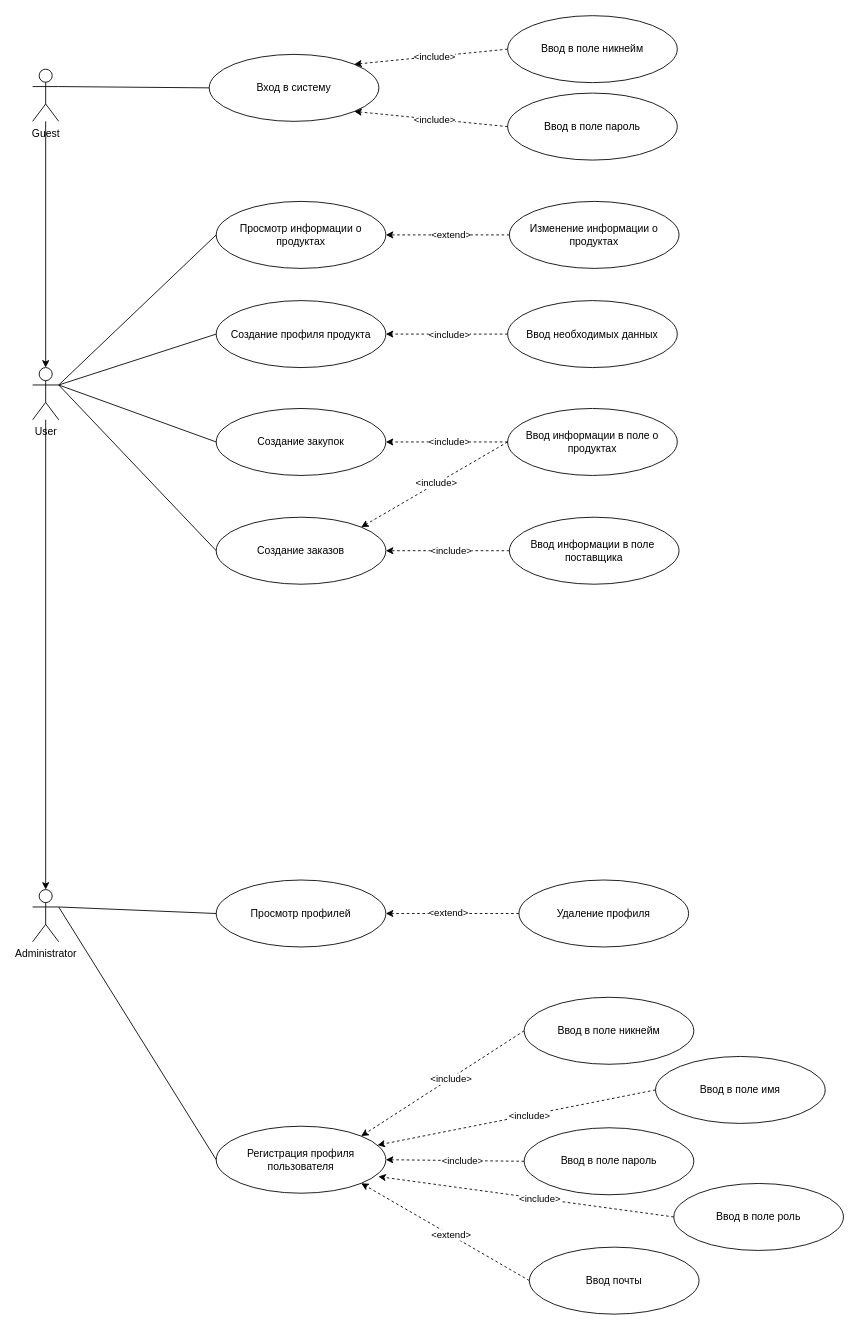
Twinsiller/Unik keeps this draw.io diagram as S3/ПКИС/Курсовая/Диаграммы/Use_case.drawio. Above is the earlier version. Source tidied: cells renumbered, new cells numbered last; positions are measured from the earlier drawing's top-left corner, leaving out a move shared by most shapes. Both pictures are drawn from the tidied source at 87%, with x=0, y=0 at pixel (32, 16).
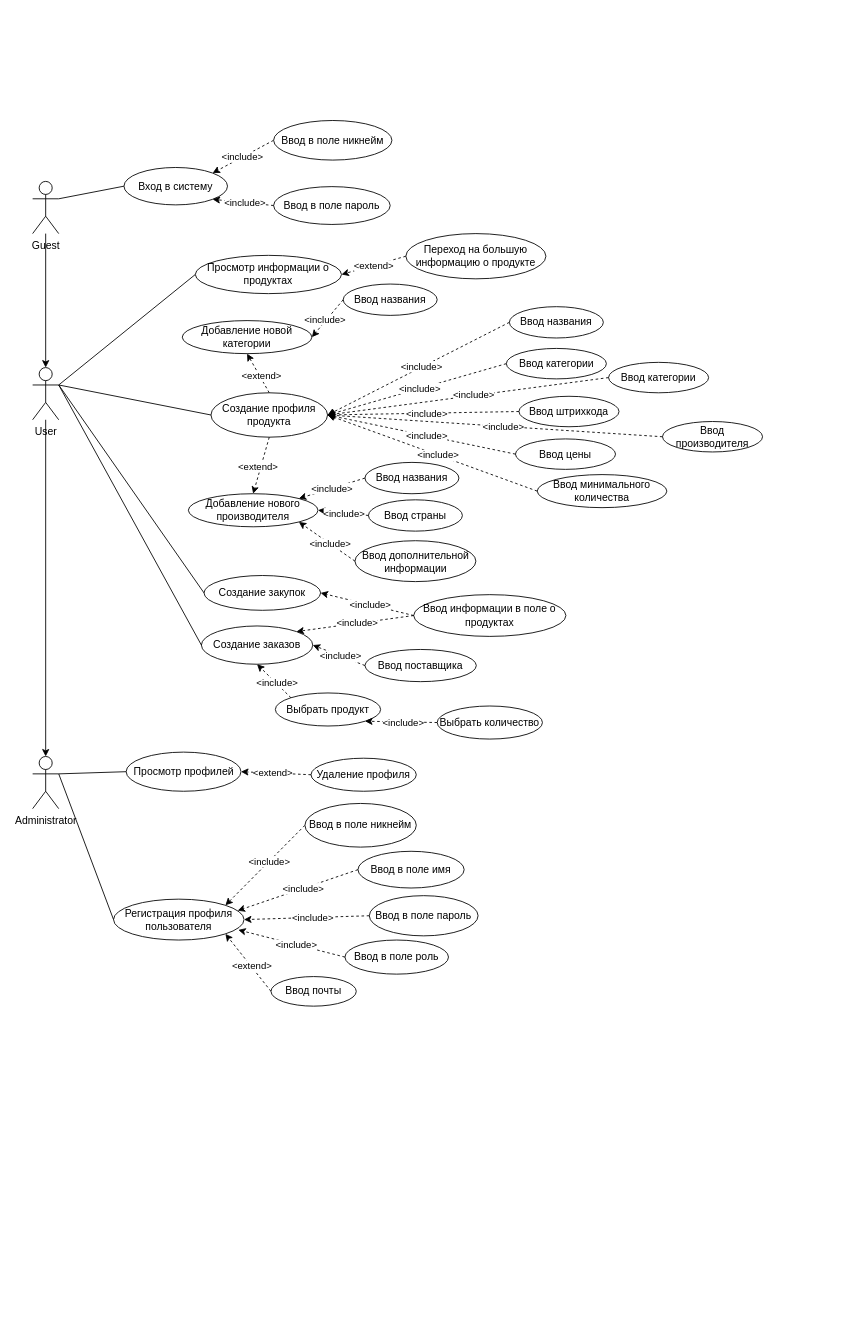
The same page after the edit.

What changed in the source:
```diff
@@
     <mxCell id="3" value="Guest" style="shape=umlActor;verticalLabelPosition=bottom;verticalAlign=top;html=1;outlineConnect=0;" parent="1" vertex="1">
-      <mxGeometry y="61" width="30" height="60" as="geometry" />
+      <mxGeometry y="190" width="30" height="60" as="geometry" />
     </mxCell>
     <mxCell id="4" value="Administrator" style="shape=umlActor;verticalLabelPosition=bottom;verticalAlign=top;html=1;outlineConnect=0;" parent="1" vertex="1">
-      <mxGeometry y="1004" width="30" height="60" as="geometry" />
+      <mxGeometry y="851" width="30" height="60" as="geometry" />
     </mxCell>
@@
     <mxCell id="10" value="Удаление профиля" style="ellipse;whiteSpace=wrap;html=1;" parent="1" vertex="1">
-      <mxGeometry x="559" y="993" width="195" height="77" as="geometry" />
+      <mxGeometry x="320" y="853" width="121" height="38" as="geometry" />
     </mxCell>
     <mxCell id="11" value="Просмотр профилей" style="ellipse;whiteSpace=wrap;html=1;" parent="1" vertex="1">
-      <mxGeometry x="211" y="993" width="195" height="77" as="geometry" />
+      <mxGeometry x="107.5" y="846" width="132" height="45" as="geometry" />
     </mxCell>
     <mxCell id="12" value="Вход в систему" style="ellipse;whiteSpace=wrap;html=1;" parent="1" vertex="1">
-      <mxGeometry x="203" y="44" width="195" height="77" as="geometry" />
+      <mxGeometry x="105" y="174" width="119" height="43" as="geometry" />
     </mxCell>
@@
     <mxCell id="14" value="Ввод информации&amp;nbsp;в поле&amp;nbsp;о продуктах" style="ellipse;whiteSpace=wrap;html=1;" parent="1" vertex="1">
-      <mxGeometry x="546" y="451" width="195" height="77" as="geometry" />
+      <mxGeometry x="438" y="665" width="175" height="48" as="geometry" />
     </mxCell>
-    <mxCell id="15" value="Изменение информации о продуктах" style="ellipse;whiteSpace=wrap;html=1;" parent="1" vertex="1">
-      <mxGeometry x="548" y="213" width="195" height="77" as="geometry" />
+    <mxCell id="15" value="Переход на большую информацию о продукте" style="ellipse;whiteSpace=wrap;html=1;" parent="1" vertex="1">
+      <mxGeometry x="429" y="250" width="161" height="52" as="geometry" />
     </mxCell>
-    <mxCell id="16" value="Ввод необходимых данных" style="ellipse;whiteSpace=wrap;html=1;" parent="1" vertex="1">
-      <mxGeometry x="546" y="327" width="195" height="77" as="geometry" />
+    <mxCell id="16" value="Ввод названия" style="ellipse;whiteSpace=wrap;html=1;" parent="1" vertex="1">
+      <mxGeometry x="548" y="334" width="108" height="36" as="geometry" />
     </mxCell>
     <mxCell id="17" value="Создание заказов" style="ellipse;whiteSpace=wrap;html=1;" parent="1" vertex="1">
-      <mxGeometry x="211" y="576" width="195" height="77" as="geometry" />
+      <mxGeometry x="194" y="701" width="128" height="44" as="geometry" />
     </mxCell>
     <mxCell id="18" value="Создание закупок" style="ellipse;whiteSpace=wrap;html=1;" parent="1" vertex="1">
-      <mxGeometry x="211" y="451" width="195" height="77" as="geometry" />
+      <mxGeometry x="197" y="643" width="134" height="40" as="geometry" />
     </mxCell>
     <mxCell id="19" value="Просмотр информации о продуктах" style="ellipse;whiteSpace=wrap;html=1;" parent="1" vertex="1">
-      <mxGeometry x="211" y="213" width="195" height="77" as="geometry" />
+      <mxGeometry x="187" y="275" width="168" height="44" as="geometry" />
     </mxCell>
@@
     <mxCell id="22" value="Ввод в поле никнейм" style="ellipse;whiteSpace=wrap;html=1;" parent="1" vertex="1">
-      <mxGeometry x="546" y="-0.5" width="195" height="77" as="geometry" />
+      <mxGeometry x="277" y="120" width="136" height="45.5" as="geometry" />
     </mxCell>
@@
     <mxCell id="25" value="Создание профиля продукта" style="ellipse;whiteSpace=wrap;html=1;" parent="1" vertex="1">
-      <mxGeometry x="211" y="327" width="195" height="77" as="geometry" />
+      <mxGeometry x="205" y="433" width="134" height="51" as="geometry" />
     </mxCell>
@@
-    <mxCell id="36" value="Ввод информации в поле&amp;nbsp; поставщика" style="ellipse;whiteSpace=wrap;html=1;" parent="1" vertex="1">
-      <mxGeometry x="548" y="576" width="195" height="77" as="geometry" />
+    <mxCell id="36" value="Ввод поставщика" style="ellipse;whiteSpace=wrap;html=1;" parent="1" vertex="1">
+      <mxGeometry x="382" y="728" width="128" height="37" as="geometry" />
     </mxCell>
@@
     <mxCell id="39" value="Регистрация профиля пользователя" style="ellipse;whiteSpace=wrap;html=1;" parent="1" vertex="1">
-      <mxGeometry x="211" y="1276" width="195" height="77" as="geometry" />
+      <mxGeometry x="93" y="1015" width="150" height="47" as="geometry" />
     </mxCell>
@@
     <mxCell id="42" value="Ввод в поле никнейм" style="ellipse;whiteSpace=wrap;html=1;" parent="1" vertex="1">
-      <mxGeometry x="565" y="1127.8" width="195" height="77" as="geometry" />
+      <mxGeometry x="313" y="905" width="128" height="50.2" as="geometry" />
     </mxCell>
@@
     <mxCell id="45" value="Ввод почты" style="ellipse;whiteSpace=wrap;html=1;" parent="1" vertex="1">
-      <mxGeometry x="571" y="1415" width="195" height="77" as="geometry" />
+      <mxGeometry x="274" y="1104" width="98" height="34" as="geometry" />
     </mxCell>
     <mxCell id="46" value="Ввод в поле пароль" style="ellipse;whiteSpace=wrap;html=1;" parent="1" vertex="1">
-      <mxGeometry x="565" y="1277.8" width="195" height="77" as="geometry" />
+      <mxGeometry x="387" y="1011" width="125" height="46.2" as="geometry" />
     </mxCell>
     <mxCell id="47" value="Ввод в поле имя" style="ellipse;whiteSpace=wrap;html=1;" parent="1" vertex="1">
-      <mxGeometry x="716" y="1195.8" width="195" height="77" as="geometry" />
+      <mxGeometry x="374" y="960" width="122" height="42.2" as="geometry" />
     </mxCell>
     <mxCell id="48" value="Ввод в поле роль" style="ellipse;whiteSpace=wrap;html=1;" parent="1" vertex="1">
-      <mxGeometry x="737" y="1341.8" width="195" height="77" as="geometry" />
+      <mxGeometry x="359" y="1062" width="119" height="39.2" as="geometry" />
     </mxCell>
@@
     <mxCell id="56" value="Ввод в поле пароль" style="ellipse;whiteSpace=wrap;html=1;" parent="1" vertex="1">
-      <mxGeometry x="546" y="88.5" width="195" height="77" as="geometry" />
+      <mxGeometry x="277" y="196" width="134" height="43.5" as="geometry" />
     </mxCell>
@@
+    <mxCell id="59" value="Ввод категории" style="ellipse;whiteSpace=wrap;html=1;" parent="1" vertex="1">
+      <mxGeometry x="544.5" y="382" width="115" height="35" as="geometry" />
+    </mxCell>
+    <mxCell id="60" style="rounded=0;jettySize=auto;html=1;exitX=0;exitY=0.5;exitDx=0;exitDy=0;entryX=1;entryY=0.5;entryDx=0;entryDy=0;dashed=1;" parent="1" edge="1" source="59" target="25">
+      <mxGeometry relative="1" as="geometry" />
+    </mxCell>
+    <mxCell id="61" value="&amp;lt;include&amp;gt;" style="edgeLabel;html=1;align=center;verticalAlign=middle;" parent="60" vertex="1">
+      <mxGeometry x="-0.05" y="-4" relative="1" as="geometry">
+        <mxPoint x="-1" y="4" as="offset" />
+      </mxGeometry>
+    </mxCell>
+    <mxCell id="62" value="Ввод штрихкода" style="ellipse;whiteSpace=wrap;html=1;" parent="1" vertex="1">
+      <mxGeometry x="559" y="437" width="115" height="35" as="geometry" />
+    </mxCell>
+    <mxCell id="63" value="Ввод цены" style="ellipse;whiteSpace=wrap;html=1;" parent="1" vertex="1">
+      <mxGeometry x="555" y="486" width="115" height="35" as="geometry" />
+    </mxCell>
+    <mxCell id="64" value="Ввод минимального количества" style="ellipse;whiteSpace=wrap;html=1;" parent="1" vertex="1">
+      <mxGeometry x="580" y="527" width="149" height="38" as="geometry" />
+    </mxCell>
+    <mxCell id="65" value="Ввод категории" style="ellipse;whiteSpace=wrap;html=1;" parent="1" vertex="1">
+      <mxGeometry x="662" y="398" width="115" height="35" as="geometry" />
+    </mxCell>
+    <mxCell id="66" value="Ввод производителя" style="ellipse;whiteSpace=wrap;html=1;" parent="1" vertex="1">
+      <mxGeometry x="724" y="466" width="115" height="35" as="geometry" />
+    </mxCell>
+    <mxCell id="67" value="Добавление новой категории" style="ellipse;whiteSpace=wrap;html=1;" parent="1" vertex="1">
+      <mxGeometry x="172" y="350" width="149" height="38" as="geometry" />
+    </mxCell>
+    <mxCell id="68" value="Ввод названия" style="ellipse;whiteSpace=wrap;html=1;" parent="1" vertex="1">
+      <mxGeometry x="357" y="308" width="108" height="36" as="geometry" />
+    </mxCell>
+    <mxCell id="69" value="Ввод страны" style="ellipse;whiteSpace=wrap;html=1;" parent="1" vertex="1">
+      <mxGeometry x="386" y="556" width="108" height="36" as="geometry" />
+    </mxCell>
+    <mxCell id="70" value="Ввод дополнительной информации" style="ellipse;whiteSpace=wrap;html=1;" parent="1" vertex="1">
+      <mxGeometry x="370.5" y="603" width="139" height="47" as="geometry" />
+    </mxCell>
+    <mxCell id="71" value="Ввод названия" style="ellipse;whiteSpace=wrap;html=1;" parent="1" vertex="1">
+      <mxGeometry x="382" y="513" width="108" height="36" as="geometry" />
+    </mxCell>
+    <mxCell id="72" value="Добавление нового производителя" style="ellipse;whiteSpace=wrap;html=1;" parent="1" vertex="1">
+      <mxGeometry x="179" y="549" width="149" height="38" as="geometry" />
+    </mxCell>
+    <mxCell id="73" style="rounded=0;jettySize=auto;html=1;exitX=0.5;exitY=0;exitDx=0;exitDy=0;entryX=0.5;entryY=1;entryDx=0;entryDy=0;dashed=1;" parent="1" edge="1" source="25" target="67">
+      <mxGeometry relative="1" as="geometry" />
+    </mxCell>
+    <mxCell id="74" value="&amp;lt;extend&amp;gt;" style="edgeLabel;html=1;align=center;verticalAlign=middle;" parent="73" vertex="1">
+      <mxGeometry x="-0.05" y="-4" relative="1" as="geometry">
+        <mxPoint x="-1" y="4" as="offset" />
+      </mxGeometry>
+    </mxCell>
+    <mxCell id="75" style="rounded=0;jettySize=auto;html=1;exitX=0.5;exitY=1;exitDx=0;exitDy=0;entryX=0.5;entryY=0;entryDx=0;entryDy=0;dashed=1;" parent="1" edge="1" source="25" target="72">
+      <mxGeometry relative="1" as="geometry" />
+    </mxCell>
+    <mxCell id="76" value="&amp;lt;extend&amp;gt;" style="edgeLabel;html=1;align=center;verticalAlign=middle;" parent="75" vertex="1">
+      <mxGeometry x="-0.05" y="-4" relative="1" as="geometry">
+        <mxPoint x="-1" y="4" as="offset" />
+      </mxGeometry>
+    </mxCell>
+    <mxCell id="77" style="rounded=0;jettySize=auto;html=1;exitX=0;exitY=0.5;exitDx=0;exitDy=0;entryX=1;entryY=0.5;entryDx=0;entryDy=0;dashed=1;" parent="1" edge="1" source="68" target="67">
+      <mxGeometry relative="1" as="geometry" />
+    </mxCell>
+    <mxCell id="78" value="&amp;lt;include&amp;gt;" style="edgeLabel;html=1;align=center;verticalAlign=middle;" parent="77" vertex="1">
+      <mxGeometry x="-0.05" y="-4" relative="1" as="geometry">
+        <mxPoint x="-1" y="4" as="offset" />
+      </mxGeometry>
+    </mxCell>
+    <mxCell id="79" style="rounded=0;jettySize=auto;html=1;exitX=0;exitY=0.5;exitDx=0;exitDy=0;entryX=1;entryY=0;entryDx=0;entryDy=0;dashed=1;" parent="1" edge="1" source="71" target="72">
+      <mxGeometry relative="1" as="geometry" />
+    </mxCell>
+    <mxCell id="80" value="&amp;lt;include&amp;gt;" style="edgeLabel;html=1;align=center;verticalAlign=middle;" parent="79" vertex="1">
+      <mxGeometry x="-0.05" y="-4" relative="1" as="geometry">
+        <mxPoint x="-1" y="4" as="offset" />
+      </mxGeometry>
+    </mxCell>
+    <mxCell id="81" style="rounded=0;jettySize=auto;html=1;exitX=0;exitY=0.5;exitDx=0;exitDy=0;entryX=1;entryY=0.5;entryDx=0;entryDy=0;dashed=1;" parent="1" edge="1" source="69" target="72">
+      <mxGeometry relative="1" as="geometry" />
+    </mxCell>
+    <mxCell id="82" value="&amp;lt;include&amp;gt;" style="edgeLabel;html=1;align=center;verticalAlign=middle;" parent="81" vertex="1">
+      <mxGeometry x="-0.05" y="-4" relative="1" as="geometry">
+        <mxPoint x="-1" y="4" as="offset" />
+      </mxGeometry>
+    </mxCell>
+    <mxCell id="83" style="rounded=0;jettySize=auto;html=1;exitX=0;exitY=0.5;exitDx=0;exitDy=0;entryX=1;entryY=1;entryDx=0;entryDy=0;dashed=1;" parent="1" edge="1" source="70" target="72">
+      <mxGeometry relative="1" as="geometry" />
+    </mxCell>
+    <mxCell id="84" value="&amp;lt;include&amp;gt;" style="edgeLabel;html=1;align=center;verticalAlign=middle;" parent="83" vertex="1">
+      <mxGeometry x="-0.05" y="-4" relative="1" as="geometry">
+        <mxPoint x="-1" y="4" as="offset" />
+      </mxGeometry>
+    </mxCell>
+    <mxCell id="85" style="rounded=0;jettySize=auto;html=1;exitX=0;exitY=0.5;exitDx=0;exitDy=0;entryX=1;entryY=0.5;entryDx=0;entryDy=0;dashed=1;" parent="1" edge="1" source="62" target="25">
+      <mxGeometry relative="1" as="geometry" />
+    </mxCell>
+    <mxCell id="86" value="&amp;lt;include&amp;gt;" style="edgeLabel;html=1;align=center;verticalAlign=middle;" parent="85" vertex="1">
+      <mxGeometry x="-0.05" y="-4" relative="1" as="geometry">
+        <mxPoint x="-1" y="4" as="offset" />
+      </mxGeometry>
+    </mxCell>
+    <mxCell id="87" style="rounded=0;jettySize=auto;html=1;exitX=0;exitY=0.5;exitDx=0;exitDy=0;dashed=1;entryX=1;entryY=0.5;entryDx=0;entryDy=0;" parent="1" edge="1" source="63" target="25">
+      <mxGeometry relative="1" as="geometry" />
+    </mxCell>
+    <mxCell id="88" value="&amp;lt;include&amp;gt;" style="edgeLabel;html=1;align=center;verticalAlign=middle;" parent="87" vertex="1">
+      <mxGeometry x="-0.05" y="-4" relative="1" as="geometry">
+        <mxPoint x="-1" y="4" as="offset" />
+      </mxGeometry>
+    </mxCell>
+    <mxCell id="89" style="rounded=0;jettySize=auto;html=1;exitX=0;exitY=0.5;exitDx=0;exitDy=0;dashed=1;entryX=1;entryY=0.5;entryDx=0;entryDy=0;" parent="1" edge="1" source="64" target="25">
+      <mxGeometry relative="1" as="geometry" />
+    </mxCell>
+    <mxCell id="90" value="&amp;lt;include&amp;gt;" style="edgeLabel;html=1;align=center;verticalAlign=middle;" parent="89" vertex="1">
+      <mxGeometry x="-0.05" y="-4" relative="1" as="geometry">
+        <mxPoint x="-1" y="4" as="offset" />
+      </mxGeometry>
+    </mxCell>
+    <mxCell id="91" style="rounded=0;jettySize=auto;html=1;exitX=0;exitY=0.5;exitDx=0;exitDy=0;dashed=1;entryX=1;entryY=0.5;entryDx=0;entryDy=0;" parent="1" edge="1" source="66" target="25">
+      <mxGeometry relative="1" as="geometry" />
+    </mxCell>
+    <mxCell id="92" value="&amp;lt;include&amp;gt;" style="edgeLabel;html=1;align=center;verticalAlign=middle;" parent="91" vertex="1">
+      <mxGeometry x="-0.05" y="-4" relative="1" as="geometry">
+        <mxPoint x="-1" y="4" as="offset" />
+      </mxGeometry>
+    </mxCell>
+    <mxCell id="93" style="rounded=0;jettySize=auto;html=1;exitX=0;exitY=0.5;exitDx=0;exitDy=0;dashed=1;entryX=1;entryY=0.5;entryDx=0;entryDy=0;" parent="1" edge="1" source="65" target="25">
+      <mxGeometry relative="1" as="geometry" />
+    </mxCell>
+    <mxCell id="94" value="&amp;lt;include&amp;gt;" style="edgeLabel;html=1;align=center;verticalAlign=middle;" parent="93" vertex="1">
+      <mxGeometry x="-0.05" y="-4" relative="1" as="geometry">
+        <mxPoint x="-1" y="4" as="offset" />
+      </mxGeometry>
+    </mxCell>
+    <mxCell id="95" value="Выбрать продукт" style="ellipse;whiteSpace=wrap;html=1;" parent="1" vertex="1">
+      <mxGeometry x="279" y="778" width="121" height="38" as="geometry" />
+    </mxCell>
+    <mxCell id="96" value="Выбрать количество" style="ellipse;whiteSpace=wrap;html=1;" parent="1" vertex="1">
+      <mxGeometry x="465" y="793" width="121" height="38" as="geometry" />
+    </mxCell>
+    <mxCell id="97" style="rounded=0;jettySize=auto;html=1;exitX=0;exitY=0.5;exitDx=0;exitDy=0;dashed=1;entryX=1;entryY=1;entryDx=0;entryDy=0;" parent="1" edge="1" source="96" target="95">
+      <mxGeometry relative="1" as="geometry" />
+    </mxCell>
+    <mxCell id="98" value="&amp;lt;include&amp;gt;" style="edgeLabel;html=1;align=center;verticalAlign=middle;" parent="97" vertex="1">
+      <mxGeometry x="-0.05" y="-4" relative="1" as="geometry">
+        <mxPoint x="-1" y="4" as="offset" />
+      </mxGeometry>
+    </mxCell>
+    <mxCell id="99" style="rounded=0;jettySize=auto;html=1;exitX=0;exitY=0;exitDx=0;exitDy=0;dashed=1;entryX=0.5;entryY=1;entryDx=0;entryDy=0;" parent="1" edge="1" source="95" target="17">
+      <mxGeometry relative="1" as="geometry" />
+    </mxCell>
+    <mxCell id="100" value="&amp;lt;include&amp;gt;" style="edgeLabel;html=1;align=center;verticalAlign=middle;" parent="99" vertex="1">
+      <mxGeometry x="-0.05" y="-4" relative="1" as="geometry">
+        <mxPoint x="-1" y="4" as="offset" />
+      </mxGeometry>
+    </mxCell>
```
